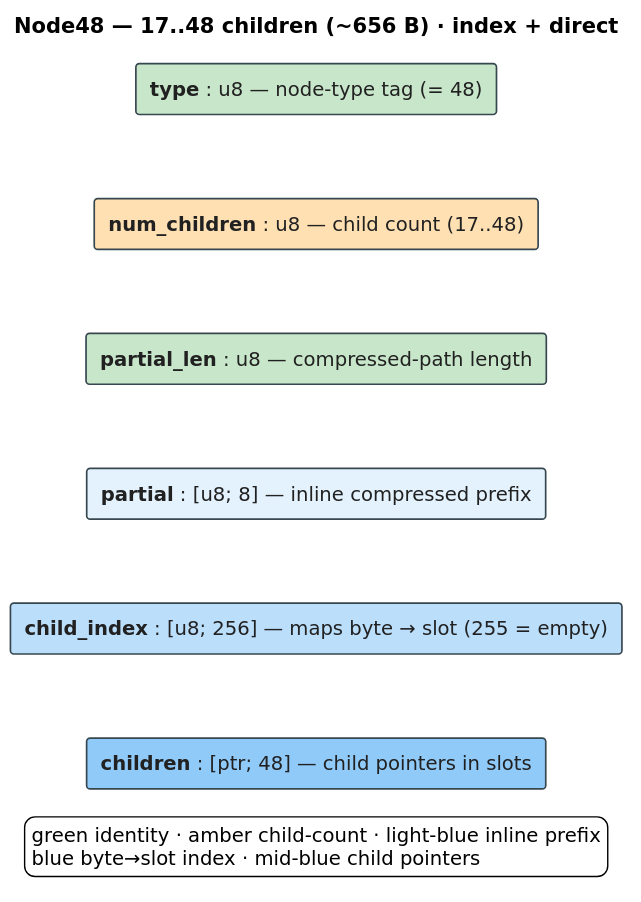
Before: docs/diagrams/art-node48-fields.svg, a diagram exported from PlantUML (vinary-tree/libdictenstein). Its source is kept beside it as docs/diagrams/src/art-node48-fields.puml. Its diagram source:
```plantuml
@startuml art-node48-fields
skinparam defaultFontSize 14
skinparam shadowing false
skinparam backgroundColor #FFFFFF
skinparam defaultFontName "DejaVu Sans"
skinparam rectangle {
  BorderColor #37474F
  FontColor #212121
  BorderThickness 1.2
}
skinparam TitleFontSize 15

title Node48 — 17..48 children (~656 B) · index + direct

rectangle "**type** : u8 — node-type tag (= 48)" as R0 #C8E6C9
rectangle "**num_children** : u8 — child count (17..48)" as R1 #FFE0B2
rectangle "**partial_len** : u8 — compressed-path length" as R2 #C8E6C9
rectangle "**partial** : [u8; 8] — inline compressed prefix" as R3 #E3F2FD
rectangle "**child_index** : [u8; 256] — maps byte → slot (255 = empty)" as R4 #BBDEFB
rectangle "**children** : [ptr; 48] — child pointers in slots" as R5 #90CAF9

R0 -[hidden]down- R1
R1 -[hidden]down- R2
R2 -[hidden]down- R3
R3 -[hidden]down- R4
R4 -[hidden]down- R5

legend bottom
  green identity · amber child-count · light-blue inline prefix
  blue byte→slot index · mid-blue child pointers
endlegend
@enduml
```
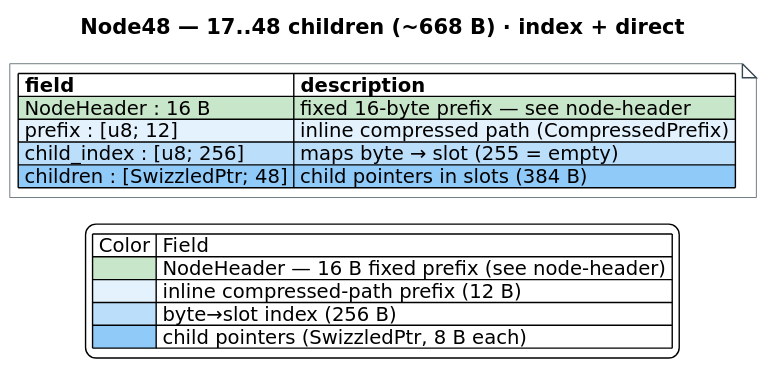
After the change.

Diff of the diagram source:
```diff
@@ -3,30 +3,28 @@
 skinparam shadowing false
 skinparam backgroundColor #FFFFFF
 skinparam defaultFontName "DejaVu Sans"
-skinparam rectangle {
+skinparam TitleFontSize 15
+skinparam noteFontSize 14
+skinparam note {
+  BackgroundColor #FFFFFF
   BorderColor #37474F
-  FontColor #212121
-  BorderThickness 1.2
 }
-skinparam TitleFontSize 15
 
-title Node48 — 17..48 children (~656 B) · index + direct
+title Node48 — 17..48 children (~668 B) · index + direct
 
-rectangle "**type** : u8 — node-type tag (= 48)" as R0 #C8E6C9
-rectangle "**num_children** : u8 — child count (17..48)" as R1 #FFE0B2
-rectangle "**partial_len** : u8 — compressed-path length" as R2 #C8E6C9
-rectangle "**partial** : [u8; 8] — inline compressed prefix" as R3 #E3F2FD
-rectangle "**child_index** : [u8; 256] — maps byte → slot (255 = empty)" as R4 #BBDEFB
-rectangle "**children** : [ptr; 48] — child pointers in slots" as R5 #90CAF9
-
-R0 -[hidden]down- R1
-R1 -[hidden]down- R2
-R2 -[hidden]down- R3
-R3 -[hidden]down- R4
-R4 -[hidden]down- R5
+note as N48
+|= field |= description |
+|<#C8E6C9> NodeHeader : 16 B |<#C8E6C9> fixed 16-byte prefix — see node-header |
+|<#E3F2FD> prefix : [u8; 12] |<#E3F2FD> inline compressed path (CompressedPrefix) |
+|<#BBDEFB> child_index : [u8; 256] |<#BBDEFB> maps byte → slot (255 = empty) |
+|<#90CAF9> children : [SwizzledPtr; 48] |<#90CAF9> child pointers in slots (384 B) |
+end note
 
 legend bottom
-  green identity · amber child-count · light-blue inline prefix
-  blue byte→slot index · mid-blue child pointers
+| Color | Field |
+|<#C8E6C9>| NodeHeader — 16 B fixed prefix (see node-header) |
+|<#E3F2FD>| inline compressed-path prefix (12 B) |
+|<#BBDEFB>| byte→slot index (256 B) |
+|<#90CAF9>| child pointers (SwizzledPtr, 8 B each) |
 endlegend
 @enduml
```
